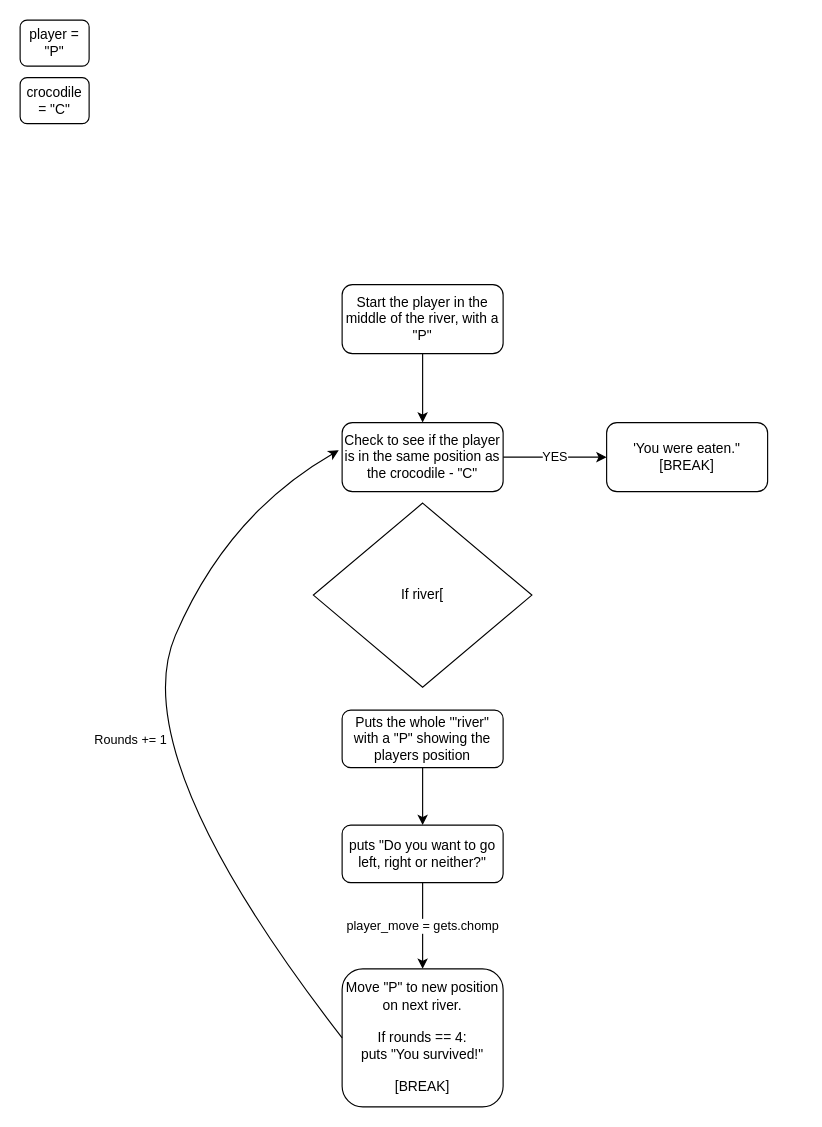
This is Untitled Diagram.drawio from Chloeem/makers-ruby-practise, a draw.io file, before an edit. Source tidied: cells renumbered, new cells numbered last; positions are measured from the earlier drawing's top-left corner, leaving out a move shared by most shapes. Both pictures are drawn from the tidied source at 115%, with x=0, y=0 at pixel (20, 20).
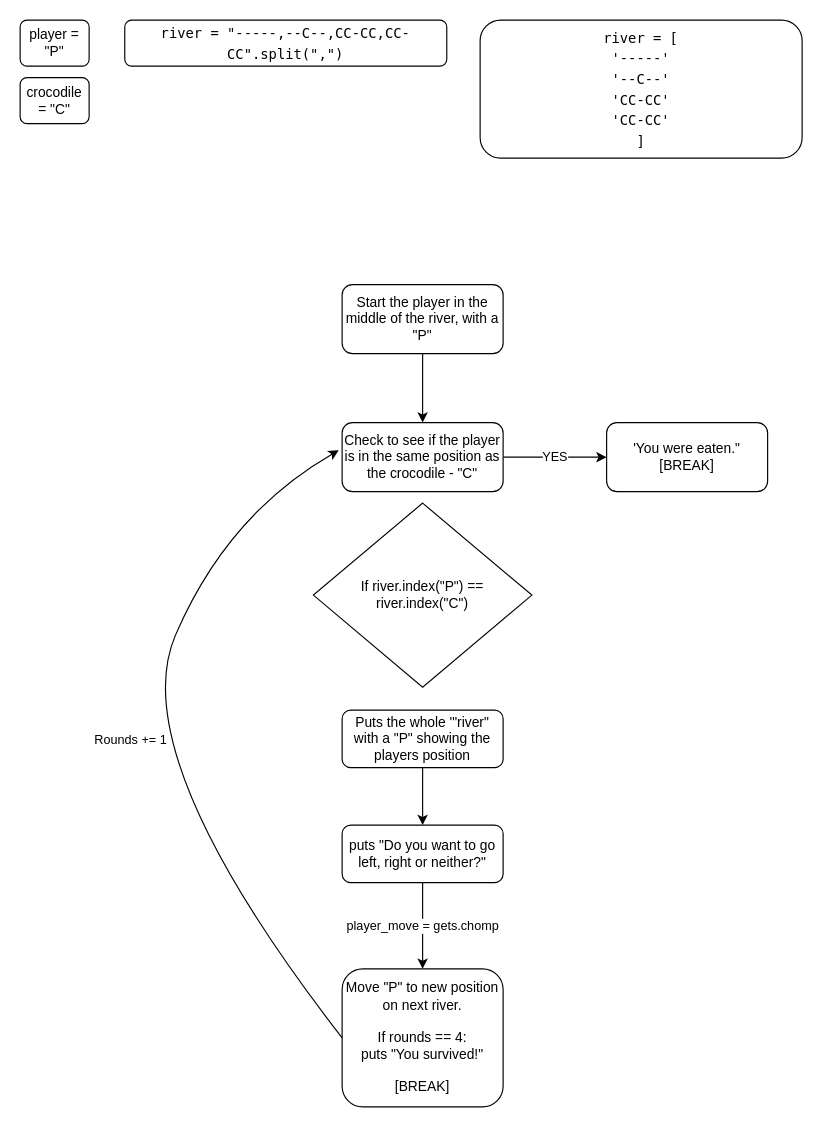
The same page after the edit.

Change to the diagram source:
```diff
@@
 <mxGraphModel>
   <root>
     <mxCell id="0" />
     <mxCell id="1" parent="0" />
     <mxCell id="2" style="edgeStyle=orthogonalEdgeStyle;rounded=0;jettySize=auto;html=1;exitX=0.5;exitY=1;exitDx=0;exitDy=0;entryX=0.5;entryY=0;entryDx=0;entryDy=0;" parent="1" edge="1" source="3" target="5">
       <mxGeometry relative="1" as="geometry" />
     </mxCell>
     <mxCell id="3" value="Start the player in the middle of the river, with a &quot;P&quot;" style="rounded=1;whiteSpace=wrap;html=1;fontSize=12;glass=0;strokeWidth=1;shadow=0;" parent="1" vertex="1">
       <mxGeometry x="280" y="230" width="140" height="60" as="geometry" />
     </mxCell>
     <mxCell id="4" value="YES" style="edgeStyle=orthogonalEdgeStyle;rounded=0;jettySize=auto;html=1;entryX=0;entryY=0.5;entryDx=0;entryDy=0;" parent="1" edge="1" source="5" target="6">
       <mxGeometry relative="1" as="geometry" />
     </mxCell>
     <mxCell id="5" value="Check to see if the player is in the same position as the crocodile - &quot;C&quot;" style="rounded=1;whiteSpace=wrap;html=1;fontSize=12;glass=0;strokeWidth=1;shadow=0;" parent="1" vertex="1">
       <mxGeometry x="280" y="350" width="140" height="60" as="geometry" />
     </mxCell>
     <mxCell id="6" value="'You were eaten.&quot; &lt;br&gt;[BREAK]" style="rounded=1;whiteSpace=wrap;html=1;fontSize=12;glass=0;strokeWidth=1;shadow=0;" parent="1" vertex="1">
       <mxGeometry x="510" y="350" width="140" height="60" as="geometry" />
     </mxCell>
     <mxCell id="7" style="edgeStyle=orthogonalEdgeStyle;rounded=0;jettySize=auto;html=1;" parent="1" edge="1" source="8" target="10">
       <mxGeometry relative="1" as="geometry" />
     </mxCell>
     <mxCell id="8" value="Puts the whole '&quot;river&quot; with a &quot;P&quot; showing the players position" style="rounded=1;whiteSpace=wrap;html=1;fontSize=12;glass=0;strokeWidth=1;shadow=0;" parent="1" vertex="1">
       <mxGeometry x="280" y="600" width="140" height="50" as="geometry" />
     </mxCell>
     <mxCell id="9" value="player_move = gets.chomp" style="edgeStyle=orthogonalEdgeStyle;rounded=0;jettySize=auto;html=1;" parent="1" edge="1" source="10" target="11">
       <mxGeometry relative="1" as="geometry" />
     </mxCell>
     <mxCell id="10" value="puts &quot;Do you want to go left, right or neither?&quot;" style="rounded=1;whiteSpace=wrap;html=1;fontSize=12;glass=0;strokeWidth=1;shadow=0;" parent="1" vertex="1">
       <mxGeometry x="280" y="700" width="140" height="50" as="geometry" />
     </mxCell>
     <mxCell id="11" value="Move &quot;P&quot; to new position on next river.&lt;br&gt;&lt;br&gt;If rounds == 4:&lt;br&gt;puts &quot;You survived!&quot;&lt;br&gt;&lt;br&gt;[BREAK]" style="rounded=1;whiteSpace=wrap;html=1;fontSize=12;glass=0;strokeWidth=1;shadow=0;" parent="1" vertex="1">
       <mxGeometry x="280" y="825" width="140" height="120" as="geometry" />
     </mxCell>
     <mxCell id="12" value="Rounds += 1" style="curved=1;endArrow=classic;html=1;exitX=0;exitY=0.5;exitDx=0;exitDy=0;entryX=-0.021;entryY=0.4;entryDx=0;entryDy=0;entryPerimeter=0;" parent="1" edge="1" source="11" target="5">
       <mxGeometry relative="1" as="geometry">
         <Array as="points">
           <mxPoint x="90" y="640" />
           <mxPoint x="180" y="430" />
         </Array>
       </mxGeometry>
     </mxCell>
     <mxCell id="13" value="player = &quot;P&quot;" style="rounded=1;whiteSpace=wrap;html=1;" parent="1" vertex="1">
       <mxGeometry width="60" height="40" as="geometry" />
     </mxCell>
     <mxCell id="14" value="crocodile = &quot;C&quot;" style="rounded=1;whiteSpace=wrap;html=1;" parent="1" vertex="1">
       <mxGeometry y="50" width="60" height="40" as="geometry" />
     </mxCell>
-    <mxCell id="15" value="If river[" style="rhombus;whiteSpace=wrap;html=1;" parent="1" vertex="1">
+    <mxCell id="15" value="If river.index(&quot;P&quot;) == river.index(&quot;C&quot;)" style="rhombus;whiteSpace=wrap;html=1;" parent="1" vertex="1">
       <mxGeometry x="255" y="420" width="190" height="160" as="geometry" />
     </mxCell>
+    <mxCell id="16" value="&lt;div style=&quot;font-family: &amp;#34;menlo&amp;#34; , &amp;#34;monaco&amp;#34; , &amp;#34;courier new&amp;#34; , monospace ; line-height: 18px&quot;&gt;&lt;span style=&quot;background-color: rgb(255 , 255 , 255)&quot;&gt;river = &quot;-----,--C--,CC-CC,CC-CC&quot;.split(&quot;,&quot;)&lt;/span&gt;&lt;/div&gt;" style="rounded=1;whiteSpace=wrap;html=1;fillColor=#FFFFFF;" parent="1" vertex="1">
+      <mxGeometry x="91" width="280" height="40" as="geometry" />
+    </mxCell>
+    <mxCell id="17" value="&lt;div style=&quot;font-family: &amp;#34;menlo&amp;#34; , &amp;#34;monaco&amp;#34; , &amp;#34;courier new&amp;#34; , monospace ; line-height: 18px&quot;&gt;&lt;span style=&quot;background-color: rgb(255 , 255 , 255)&quot;&gt;river = [&lt;/span&gt;&lt;/div&gt;&lt;div style=&quot;font-family: &amp;#34;menlo&amp;#34; , &amp;#34;monaco&amp;#34; , &amp;#34;courier new&amp;#34; , monospace ; line-height: 18px&quot;&gt;&lt;span style=&quot;background-color: rgb(255 , 255 , 255)&quot;&gt;&amp;nbsp;'-----'&amp;nbsp;&lt;/span&gt;&lt;/div&gt;&lt;div style=&quot;font-family: &amp;#34;menlo&amp;#34; , &amp;#34;monaco&amp;#34; , &amp;#34;courier new&amp;#34; , monospace ; line-height: 18px&quot;&gt;&lt;span style=&quot;background-color: rgb(255 , 255 , 255)&quot;&gt;'--C--'&lt;/span&gt;&lt;/div&gt;&lt;div style=&quot;font-family: &amp;#34;menlo&amp;#34; , &amp;#34;monaco&amp;#34; , &amp;#34;courier new&amp;#34; , monospace ; line-height: 18px&quot;&gt;&lt;span style=&quot;background-color: rgb(255 , 255 , 255)&quot;&gt;&amp;nbsp;'CC-CC'&amp;nbsp;&lt;/span&gt;&lt;/div&gt;&lt;div style=&quot;font-family: &amp;#34;menlo&amp;#34; , &amp;#34;monaco&amp;#34; , &amp;#34;courier new&amp;#34; , monospace ; line-height: 18px&quot;&gt;&lt;span style=&quot;background-color: rgb(255 , 255 , 255)&quot;&gt;'CC-CC'&lt;/span&gt;&lt;/div&gt;&lt;div style=&quot;font-family: &amp;#34;menlo&amp;#34; , &amp;#34;monaco&amp;#34; , &amp;#34;courier new&amp;#34; , monospace ; line-height: 18px&quot;&gt;&lt;span style=&quot;background-color: rgb(255 , 255 , 255)&quot;&gt;]&lt;/span&gt;&lt;/div&gt;" style="rounded=1;whiteSpace=wrap;html=1;fillColor=#FFFFFF;" parent="1" vertex="1">
+      <mxGeometry x="400" width="280" height="120" as="geometry" />
+    </mxCell>
   </root>
 </mxGraphModel>
```
